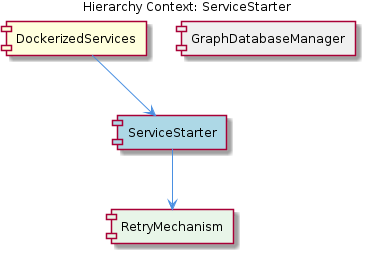
Before: knowledge-management/insights/images/service-starter-relationship.png, a diagram exported from PlantUML (fwornle/coding). Its source is kept beside it as .data/knowledge-graph/insights/puml/service-starter-relationship.puml.
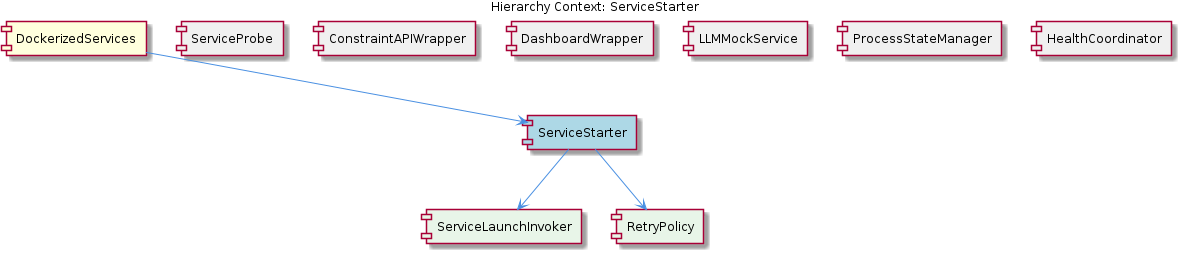
After the commit.

Diff of the diagram source:
```diff
@@ -5,11 +5,23 @@
 
 [DockerizedServices] as dockerized_services #FFFFDD
 [ServiceStarter] as service_starter #LightBlue
-[GraphDatabaseManager] as graph_database_manager #F0F0F0
-[RetryMechanism] as retry_mechanism #E8F5E8
+[ServiceProbe] as service_probe #F0F0F0
+[ConstraintAPIWrapper] as constraint_apiwrapper #F0F0F0
+[DashboardWrapper] as dashboard_wrapper #F0F0F0
+[LLMMockService] as llmmock_service #F0F0F0
+[ProcessStateManager] as process_state_manager #F0F0F0
+[HealthCoordinator] as health_coordinator #F0F0F0
+[ServiceLaunchInvoker] as service_launch_invoker #E8F5E8
+[RetryPolicy] as retry_policy #E8F5E8
 
 dockerized_services --> service_starter
-graph_database_manager -[hidden]- service_starter
-service_starter --> retry_mechanism
+service_probe -[hidden]- service_starter
+constraint_apiwrapper -[hidden]- service_starter
+dashboard_wrapper -[hidden]- service_starter
+llmmock_service -[hidden]- service_starter
+process_state_manager -[hidden]- service_starter
+health_coordinator -[hidden]- service_starter
+service_starter --> service_launch_invoker
+service_starter --> retry_policy
 
 @enduml
```
